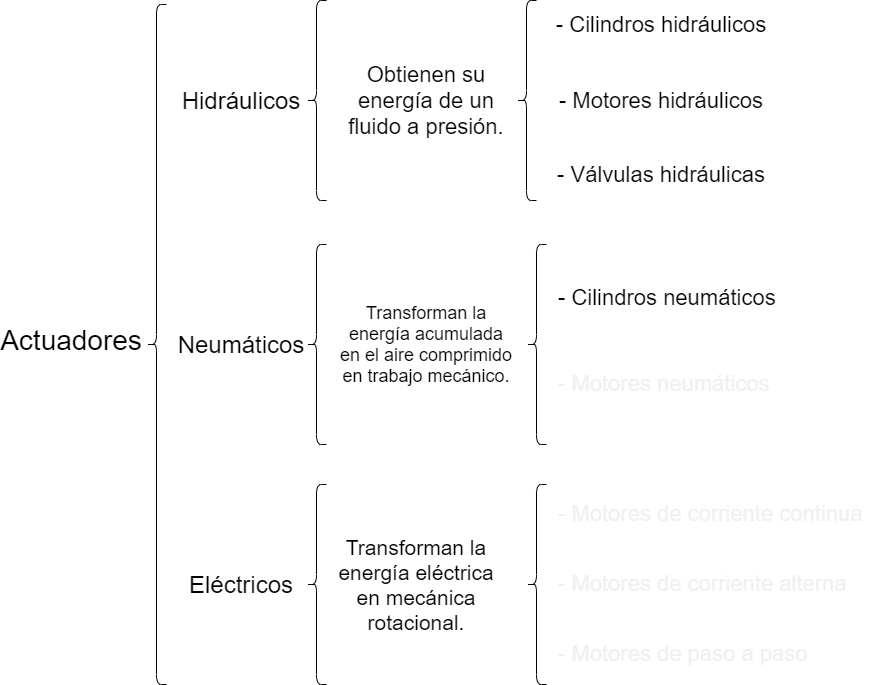
This is img/C2.1_CuadroS.drawio.png from CruzVeraEldenHumberto/Sistemas-Programables, a draw.io export, as it was before one commit. Source tidied: cells renumbered, new cells last; positions are measured from the earlier drawing's top-left corner, leaving out a move shared by most shapes.
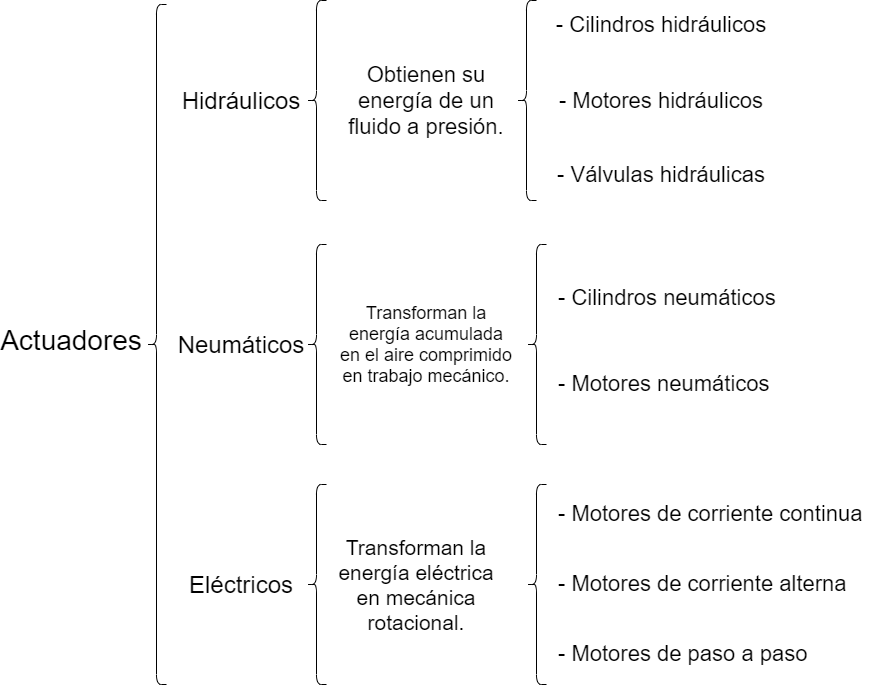
Above is the later version.

Diff of the diagram source:
```diff
@@ -50,7 +50,7 @@
     <mxCell id="17" value="&lt;div style=&quot;text-align: center&quot;&gt;&lt;span style=&quot;font-size: 22px&quot;&gt;&lt;font face=&quot;helvetica&quot;&gt;- Cilindros neumáticos&lt;/font&gt;&lt;/span&gt;&lt;/div&gt;" style="text;whiteSpace=wrap;html=1;fontSize=18;" parent="1" vertex="1">
       <mxGeometry x="520" y="278" width="230" height="40" as="geometry" />
     </mxCell>
-    <mxCell id="18" value="&lt;span style=&quot;color: rgb(240, 240, 240); font-family: helvetica; font-size: 22px; font-style: normal; font-weight: 400; letter-spacing: normal; text-align: center; text-indent: 0px; text-transform: none; word-spacing: 0px; display: inline; float: none;&quot;&gt;- Motores neumáticos&lt;/span&gt;" style="text;whiteSpace=wrap;html=1;fontSize=18;labelBackgroundColor=none;" parent="1" vertex="1">
+    <mxCell id="18" value="&lt;span style=&quot;font-family: helvetica; font-size: 22px; font-style: normal; font-weight: 400; letter-spacing: normal; text-align: center; text-indent: 0px; text-transform: none; word-spacing: 0px; display: inline; float: none;&quot;&gt;- Motores neumáticos&lt;/span&gt;" style="text;whiteSpace=wrap;html=1;fontSize=18;labelBackgroundColor=none;fontColor=#000000;" parent="1" vertex="1">
       <mxGeometry x="520" y="364" width="230" height="40" as="geometry" />
     </mxCell>
     <mxCell id="19" value="&lt;font style=&quot;font-size: 21px&quot;&gt;Transforman la energía eléctrica en mecánica rotacional.&lt;/font&gt;" style="text;html=1;strokeColor=none;fillColor=none;align=center;verticalAlign=middle;whiteSpace=wrap;rounded=0;" parent="1" vertex="1">
@@ -59,13 +59,13 @@
     <mxCell id="20" style="shape=curlyBracket;whiteSpace=wrap;html=1;rounded=1;" parent="1" vertex="1">
       <mxGeometry x="490" y="484" width="20" height="200" as="geometry" />
     </mxCell>
-    <mxCell id="21" value="&lt;span style=&quot;color: rgb(240, 240, 240); font-family: helvetica; font-size: 22px; font-style: normal; font-weight: 400; letter-spacing: normal; text-align: center; text-indent: 0px; text-transform: none; word-spacing: 0px; display: inline; float: none;&quot;&gt;- Motores de corriente continua&lt;/span&gt;" style="text;whiteSpace=wrap;html=1;fontSize=18;labelBackgroundColor=none;" parent="1" vertex="1">
+    <mxCell id="21" value="&lt;span style=&quot;font-family: helvetica; font-size: 22px; font-style: normal; font-weight: 400; letter-spacing: normal; text-align: center; text-indent: 0px; text-transform: none; word-spacing: 0px; display: inline; float: none;&quot;&gt;- Motores de corriente continua&lt;/span&gt;" style="text;whiteSpace=wrap;html=1;fontSize=18;labelBackgroundColor=none;fontColor=#000000;" parent="1" vertex="1">
       <mxGeometry x="520" y="494" width="320" height="40" as="geometry" />
     </mxCell>
-    <mxCell id="22" value="&lt;span style=&quot;color: rgb(240, 240, 240); font-family: helvetica; font-size: 22px; font-style: normal; font-weight: 400; letter-spacing: normal; text-align: center; text-indent: 0px; text-transform: none; word-spacing: 0px; display: inline; float: none;&quot;&gt;- Motores de paso a paso&lt;/span&gt;" style="text;whiteSpace=wrap;html=1;fontSize=18;labelBackgroundColor=none;" parent="1" vertex="1">
+    <mxCell id="22" value="&lt;span style=&quot;font-family: &amp;#34;helvetica&amp;#34; ; font-size: 22px ; font-style: normal ; font-weight: 400 ; letter-spacing: normal ; text-align: center ; text-indent: 0px ; text-transform: none ; word-spacing: 0px ; display: inline ; float: none&quot;&gt;&lt;font color=&quot;#000000&quot;&gt;- Motores de paso a paso&lt;/font&gt;&lt;/span&gt;" style="text;whiteSpace=wrap;html=1;fontSize=18;labelBackgroundColor=none;" parent="1" vertex="1">
       <mxGeometry x="520" y="634" width="330" height="40" as="geometry" />
     </mxCell>
-    <mxCell id="23" value="&lt;span style=&quot;color: rgb(240, 240, 240); font-family: helvetica; font-size: 22px; font-style: normal; font-weight: 400; letter-spacing: normal; text-align: center; text-indent: 0px; text-transform: none; word-spacing: 0px; display: inline; float: none;&quot;&gt;- Motores de corriente alterna&lt;/span&gt;" style="text;whiteSpace=wrap;html=1;fontSize=18;labelBackgroundColor=none;" parent="1" vertex="1">
+    <mxCell id="23" value="&lt;span style=&quot;font-family: helvetica; font-size: 22px; font-style: normal; font-weight: 400; letter-spacing: normal; text-align: center; text-indent: 0px; text-transform: none; word-spacing: 0px; display: inline; float: none;&quot;&gt;- Motores de corriente alterna&lt;/span&gt;" style="text;whiteSpace=wrap;html=1;fontSize=18;labelBackgroundColor=none;fontColor=#000000;" parent="1" vertex="1">
       <mxGeometry x="520" y="564" width="310" height="40" as="geometry" />
     </mxCell>
   </root>
```
